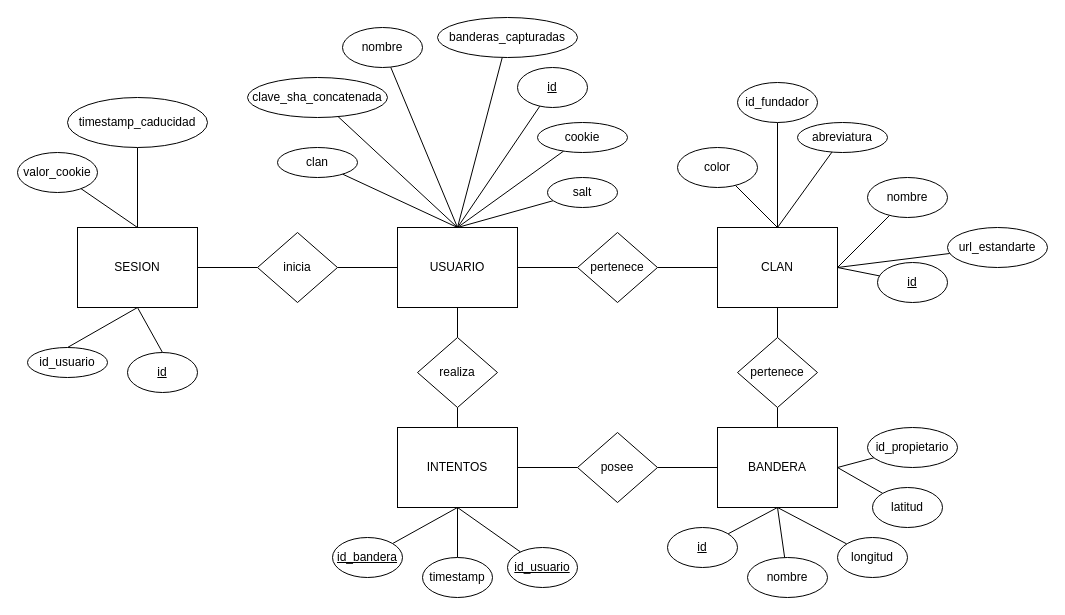
Earlier version of the draw.io diagram doc/ER/ER.drawio (SrDyamond/StreetFight). Source tidied: cells renumbered, new cells numbered last; positions are measured from the earlier drawing's top-left corner, leaving out a move shared by most shapes. Both pictures are drawn from the tidied source at 100%, with x=0, y=0 at pixel (17, 17).
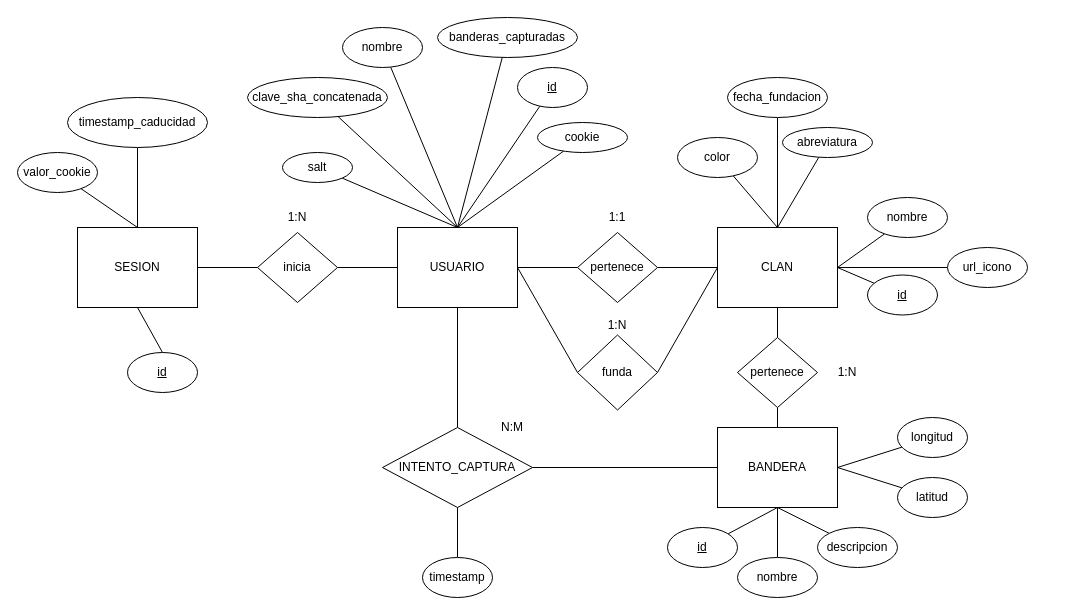
After the change.

Commit message (it also covers changes not shown here):
corrección de ER e iniciando con los datatypes

The change refers to these unchanged cells:
```xml
<mxCell id="10" value="USUARIO" style="rounded=0;whiteSpace=wrap;html=1;" parent="1" vertex="1">
  <mxGeometry x="380" y="210" width="120" height="80" as="geometry" />
</mxCell>
<mxCell id="18" value="CLAN" style="rounded=0;whiteSpace=wrap;html=1;" parent="1" vertex="1">
  <mxGeometry x="700" y="210" width="120" height="80" as="geometry" />
</mxCell>
<mxCell id="24" value="BANDERA" style="rounded=0;whiteSpace=wrap;html=1;" parent="1" vertex="1">
  <mxGeometry x="700" y="410" width="120" height="80" as="geometry" />
</mxCell>
<mxCell id="57" value="timestamp" style="ellipse;whiteSpace=wrap;html=1;" parent="1" vertex="1">
  <mxGeometry x="405" y="540" width="70" height="40" as="geometry" />
</mxCell>
<mxCell id="65" value="SESION" style="rounded=0;whiteSpace=wrap;html=1;" parent="1" vertex="1">
  <mxGeometry x="60" y="210" width="120" height="80" as="geometry" />
</mxCell>
```

Diff of the diagram source:
```diff
@@
-    <mxCell id="9" style="edgeStyle=none;rounded=0;jettySize=auto;html=1;exitX=0.5;exitY=0;exitDx=0;exitDy=0;endArrow=none;endFill=0;" parent="1" edge="1" source="10" target="31">
-      <mxGeometry relative="1" as="geometry" />
-    </mxCell>
@@
-    <mxCell id="16" style="edgeStyle=none;rounded=0;jettySize=auto;html=1;exitX=0.5;exitY=0;exitDx=0;exitDy=0;endArrow=none;endFill=0;" parent="1" edge="1" source="18" target="53">
-      <mxGeometry relative="1" as="geometry" />
-    </mxCell>
@@
+    <mxCell id="72" style="edgeStyle=none;rounded=0;jettySize=auto;html=1;exitX=0.5;exitY=0;exitDx=0;exitDy=0;endArrow=none;endFill=0;" parent="1" edge="1" source="18" target="79">
+      <mxGeometry relative="1" as="geometry" />
+    </mxCell>
@@
-    <mxCell id="19" style="edgeStyle=none;rounded=0;jettySize=auto;html=1;exitX=1;exitY=0.5;exitDx=0;exitDy=0;endArrow=none;endFill=0;" parent="1" edge="1" source="24" target="60">
-      <mxGeometry relative="1" as="geometry" />
-    </mxCell>
@@
+    <mxCell id="73" style="rounded=0;jettySize=auto;html=1;exitX=1;exitY=0.5;exitDx=0;exitDy=0;endArrow=none;endFill=0;" parent="1" edge="1" source="24" target="74">
+      <mxGeometry relative="1" as="geometry" />
+    </mxCell>
@@
-    <mxCell id="25" style="edgeStyle=none;rounded=0;jettySize=auto;html=1;exitX=0.5;exitY=1;exitDx=0;exitDy=0;endArrow=none;endFill=0;" parent="1" edge="1" source="28" target="57">
+    <mxCell id="25" style="edgeStyle=none;rounded=0;jettySize=auto;html=1;exitX=0.5;exitY=1;exitDx=0;exitDy=0;endArrow=none;endFill=0;" parent="1" edge="1" source="75" target="57">
       <mxGeometry relative="1" as="geometry" />
     </mxCell>
-    <mxCell id="26" style="edgeStyle=none;rounded=0;jettySize=auto;html=1;exitX=0.5;exitY=1;exitDx=0;exitDy=0;endArrow=none;endFill=0;" parent="1" edge="1" source="28" target="56">
-      <mxGeometry relative="1" as="geometry" />
-    </mxCell>
-    <mxCell id="27" style="edgeStyle=none;rounded=0;jettySize=auto;html=1;exitX=0.5;exitY=1;exitDx=0;exitDy=0;endArrow=none;endFill=0;" parent="1" edge="1" source="28" target="36">
-      <mxGeometry relative="1" as="geometry" />
-    </mxCell>
-    <mxCell id="28" value="INTENTOS" style="rounded=0;whiteSpace=wrap;html=1;" parent="1" vertex="1">
-      <mxGeometry x="380" y="410" width="120" height="80" as="geometry" />
-    </mxCell>
@@
-    <mxCell id="31" value="clan" style="ellipse;whiteSpace=wrap;html=1;" parent="1" vertex="1">
-      <mxGeometry x="260" y="130" width="80" height="30" as="geometry" />
-    </mxCell>
     <mxCell id="32" value="salt" style="ellipse;whiteSpace=wrap;html=1;" parent="1" vertex="1">
-      <mxGeometry x="530" y="160" width="70" height="30" as="geometry" />
+      <mxGeometry x="265" y="135" width="70" height="30" as="geometry" />
     </mxCell>
@@
     <mxCell id="35" value="&lt;u&gt;id&lt;/u&gt;" style="ellipse;whiteSpace=wrap;html=1;" parent="1" vertex="1">
-      <mxGeometry x="860" y="245" width="70" height="40" as="geometry" />
+      <mxGeometry x="850" y="257.5" width="70" height="40" as="geometry" />
     </mxCell>
-    <mxCell id="36" value="&lt;u&gt;id_usuario&lt;/u&gt;" style="ellipse;whiteSpace=wrap;html=1;" parent="1" vertex="1">
-      <mxGeometry x="490" y="530" width="70" height="40" as="geometry" />
-    </mxCell>
@@
-    <mxCell id="38" style="edgeStyle=orthogonalEdgeStyle;rounded=0;jettySize=auto;html=1;exitX=0.5;exitY=1;exitDx=0;exitDy=0;entryX=0.5;entryY=0;entryDx=0;entryDy=0;endArrow=none;endFill=0;" parent="1" edge="1" source="40" target="28">
-      <mxGeometry relative="1" as="geometry" />
-    </mxCell>
-    <mxCell id="39" style="edgeStyle=orthogonalEdgeStyle;rounded=0;jettySize=auto;html=1;exitX=0.5;exitY=0;exitDx=0;exitDy=0;entryX=0.5;entryY=1;entryDx=0;entryDy=0;endArrow=none;endFill=0;" parent="1" edge="1" source="40" target="10">
+    <mxCell id="39" style="edgeStyle=orthogonalEdgeStyle;rounded=0;jettySize=auto;html=1;exitX=0.5;exitY=0;exitDx=0;exitDy=0;entryX=0.5;entryY=1;entryDx=0;entryDy=0;endArrow=none;endFill=0;" parent="1" edge="1" source="75" target="10">
       <mxGeometry relative="1" as="geometry" />
     </mxCell>
-    <mxCell id="40" value="realiza" style="rhombus;whiteSpace=wrap;html=1;" parent="1" vertex="1">
-      <mxGeometry x="400" y="320" width="80" height="70" as="geometry" />
-    </mxCell>
@@
-    <mxCell id="44" style="edgeStyle=orthogonalEdgeStyle;rounded=0;jettySize=auto;html=1;exitX=1;exitY=0.5;exitDx=0;exitDy=0;entryX=0;entryY=0.5;entryDx=0;entryDy=0;endArrow=none;endFill=0;" parent="1" edge="1" source="46" target="24">
+    <mxCell id="44" style="edgeStyle=orthogonalEdgeStyle;rounded=0;jettySize=auto;html=1;exitX=1;exitY=0.5;exitDx=0;exitDy=0;entryX=0;entryY=0.5;entryDx=0;entryDy=0;endArrow=none;endFill=0;" parent="1" edge="1" source="75" target="24">
       <mxGeometry relative="1" as="geometry" />
     </mxCell>
-    <mxCell id="45" style="edgeStyle=orthogonalEdgeStyle;rounded=0;jettySize=auto;html=1;exitX=0;exitY=0.5;exitDx=0;exitDy=0;entryX=1;entryY=0.5;entryDx=0;entryDy=0;endArrow=none;endFill=0;" parent="1" edge="1" source="46" target="28">
-      <mxGeometry relative="1" as="geometry" />
-    </mxCell>
-    <mxCell id="46" value="posee" style="rhombus;whiteSpace=wrap;html=1;" parent="1" vertex="1">
-      <mxGeometry x="560" y="415" width="80" height="70" as="geometry" />
-    </mxCell>
@@
     <mxCell id="49" value="nombre" style="ellipse;whiteSpace=wrap;html=1;" parent="1" vertex="1">
-      <mxGeometry x="730" y="540" width="80" height="40" as="geometry" />
+      <mxGeometry x="720" y="540" width="80" height="40" as="geometry" />
     </mxCell>
     <mxCell id="50" value="nombre" style="ellipse;whiteSpace=wrap;html=1;" parent="1" vertex="1">
-      <mxGeometry x="850" y="160" width="80" height="40" as="geometry" />
+      <mxGeometry x="850" y="180" width="80" height="40" as="geometry" />
     </mxCell>
     <mxCell id="51" value="color" style="ellipse;whiteSpace=wrap;html=1;" parent="1" vertex="1">
-      <mxGeometry x="660" y="130" width="80" height="40" as="geometry" />
+      <mxGeometry x="660" y="120" width="80" height="40" as="geometry" />
     </mxCell>
-    <mxCell id="52" value="url_estandarte" style="ellipse;whiteSpace=wrap;html=1;" parent="1" vertex="1">
-      <mxGeometry x="930" y="210" width="100" height="40" as="geometry" />
+    <mxCell id="52" value="url_icono" style="ellipse;whiteSpace=wrap;html=1;" parent="1" vertex="1">
+      <mxGeometry x="930" y="230" width="80" height="40" as="geometry" />
     </mxCell>
-    <mxCell id="53" value="id_fundador" style="ellipse;whiteSpace=wrap;html=1;" parent="1" vertex="1">
-      <mxGeometry x="720" y="65" width="80" height="40" as="geometry" />
-    </mxCell>
     <mxCell id="54" value="abreviatura" style="ellipse;whiteSpace=wrap;html=1;" parent="1" vertex="1">
-      <mxGeometry x="780" y="105" width="90" height="30" as="geometry" />
+      <mxGeometry x="765" y="110" width="90" height="30" as="geometry" />
     </mxCell>
@@
-    <mxCell id="56" value="&lt;u&gt;id_bandera&lt;/u&gt;" style="ellipse;whiteSpace=wrap;html=1;" parent="1" vertex="1">
-      <mxGeometry x="315" y="520" width="70" height="40" as="geometry" />
-    </mxCell>
@@
     <mxCell id="58" value="latitud" style="ellipse;whiteSpace=wrap;html=1;" parent="1" vertex="1">
-      <mxGeometry x="855" y="470" width="70" height="40" as="geometry" />
+      <mxGeometry x="880" y="460" width="70" height="40" as="geometry" />
     </mxCell>
-    <mxCell id="59" value="longitud" style="ellipse;whiteSpace=wrap;html=1;" parent="1" vertex="1">
-      <mxGeometry x="820" y="520" width="70" height="40" as="geometry" />
+    <mxCell id="59" value="descripcion" style="ellipse;whiteSpace=wrap;html=1;" parent="1" vertex="1">
+      <mxGeometry x="800" y="510" width="80" height="40" as="geometry" />
     </mxCell>
-    <mxCell id="60" value="id_propietario" style="ellipse;whiteSpace=wrap;html=1;" parent="1" vertex="1">
-      <mxGeometry x="850" y="410" width="90" height="40" as="geometry" />
-    </mxCell>
@@
-    <mxCell id="62" style="edgeStyle=none;rounded=0;jettySize=auto;html=1;exitX=0.5;exitY=1;exitDx=0;exitDy=0;entryX=0.5;entryY=0;entryDx=0;entryDy=0;endArrow=none;endFill=0;" parent="1" edge="1" source="65" target="70">
-      <mxGeometry relative="1" as="geometry" />
-    </mxCell>
@@
-    <mxCell id="70" value="id_usuario" style="ellipse;whiteSpace=wrap;html=1;" parent="1" vertex="1">
-      <mxGeometry x="10" y="330" width="80" height="30" as="geometry" />
-    </mxCell>
@@
+    <mxCell id="74" value="longitud" style="ellipse;whiteSpace=wrap;html=1;" parent="1" vertex="1">
+      <mxGeometry x="880" y="400" width="70" height="40" as="geometry" />
+    </mxCell>
+    <mxCell id="75" value="INTENTO_CAPTURA" style="rhombus;whiteSpace=wrap;html=1;" parent="1" vertex="1">
+      <mxGeometry x="365" y="410" width="150" height="80" as="geometry" />
+    </mxCell>
+    <mxCell id="76" style="rounded=0;jettySize=auto;html=1;exitX=0;exitY=0.5;exitDx=0;exitDy=0;entryX=1;entryY=0.5;entryDx=0;entryDy=0;endArrow=none;endFill=0;" parent="1" edge="1" source="78" target="10">
+      <mxGeometry relative="1" as="geometry" />
+    </mxCell>
+    <mxCell id="77" style="edgeStyle=none;rounded=0;jettySize=auto;html=1;exitX=1;exitY=0.5;exitDx=0;exitDy=0;entryX=0;entryY=0.5;entryDx=0;entryDy=0;endArrow=none;endFill=0;" parent="1" edge="1" source="78" target="18">
+      <mxGeometry relative="1" as="geometry" />
+    </mxCell>
+    <mxCell id="78" value="funda" style="rhombus;whiteSpace=wrap;html=1;" parent="1" vertex="1">
+      <mxGeometry x="560" y="317.5" width="80" height="75" as="geometry" />
+    </mxCell>
+    <mxCell id="79" value="fecha_fundacion" style="ellipse;whiteSpace=wrap;html=1;" parent="1" vertex="1">
+      <mxGeometry x="710" y="60" width="100" height="40" as="geometry" />
+    </mxCell>
+    <mxCell id="80" value="N:M" style="text;html=1;strokeColor=none;fillColor=none;align=center;verticalAlign=middle;whiteSpace=wrap;rounded=0;" parent="1" vertex="1">
+      <mxGeometry x="475" y="400" width="40" height="20" as="geometry" />
+    </mxCell>
+    <mxCell id="81" value="1:N" style="text;html=1;strokeColor=none;fillColor=none;align=center;verticalAlign=middle;whiteSpace=wrap;rounded=0;" parent="1" vertex="1">
+      <mxGeometry x="260" y="190" width="40" height="20" as="geometry" />
+    </mxCell>
+    <mxCell id="82" value="1:1" style="text;html=1;strokeColor=none;fillColor=none;align=center;verticalAlign=middle;whiteSpace=wrap;rounded=0;" parent="1" vertex="1">
+      <mxGeometry x="580" y="190" width="40" height="20" as="geometry" />
+    </mxCell>
+    <mxCell id="83" value="1:N" style="text;html=1;strokeColor=none;fillColor=none;align=center;verticalAlign=middle;whiteSpace=wrap;rounded=0;" parent="1" vertex="1">
+      <mxGeometry x="580" y="297.5" width="40" height="20" as="geometry" />
+    </mxCell>
+    <mxCell id="84" value="1:N" style="text;html=1;strokeColor=none;fillColor=none;align=center;verticalAlign=middle;whiteSpace=wrap;rounded=0;" parent="1" vertex="1">
+      <mxGeometry x="810" y="345" width="40" height="20" as="geometry" />
+    </mxCell>
```
